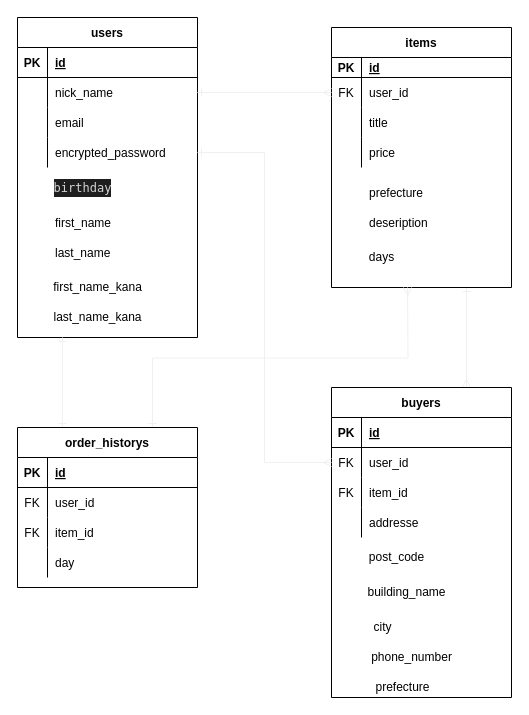
This is test.dio from aizawa1018/furima-35402, a draw.io file, before an edit. Source tidied: cells renumbered, new cells numbered last; positions are measured from the earlier drawing's top-left corner, leaving out a move shared by most shapes. Both pictures are drawn from the tidied source at 100%, with x=0, y=0 at pixel (17, 17).
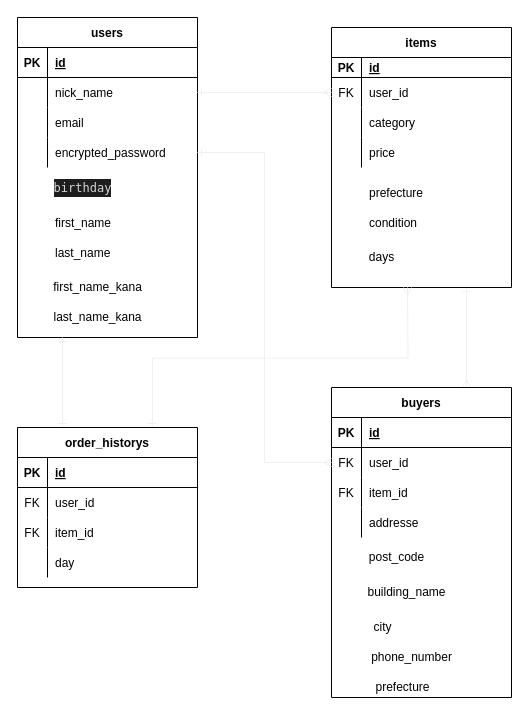
Above is the later version.

Unchanged cells that the change refers to:
```xml
<mxCell id="25" style="shape=partialRectangle;fillColor=none;top=0;left=0;bottom=0;right=0;" parent="18" vertex="1">
  <mxGeometry y="80" width="180" height="30" as="geometry" />
</mxCell>
```

What changed in the source:
```diff
@@
-    <mxCell id="27" value="title" style="shape=partialRectangle;fillColor=none;top=0;left=0;bottom=0;right=0;align=left;spacingLeft=6;overflow=hidden;" parent="25" vertex="1">
+    <mxCell id="27" value="category" style="shape=partialRectangle;fillColor=none;top=0;left=0;bottom=0;right=0;align=left;spacingLeft=6;overflow=hidden;" parent="25" vertex="1">
       <mxGeometry x="30" width="150" height="30" as="geometry" />
     </mxCell>
@@
-    <mxCell id="31" value="deseription" style="shape=partialRectangle;fillColor=none;top=0;left=0;bottom=0;right=0;align=left;spacingLeft=6;overflow=hidden;" parent="1" vertex="1">
+    <mxCell id="31" value="condition" style="shape=partialRectangle;fillColor=none;top=0;left=0;bottom=0;right=0;align=left;spacingLeft=6;overflow=hidden;" parent="1" vertex="1">
       <mxGeometry x="344" y="190" width="150" height="30" as="geometry" />
     </mxCell>
```
